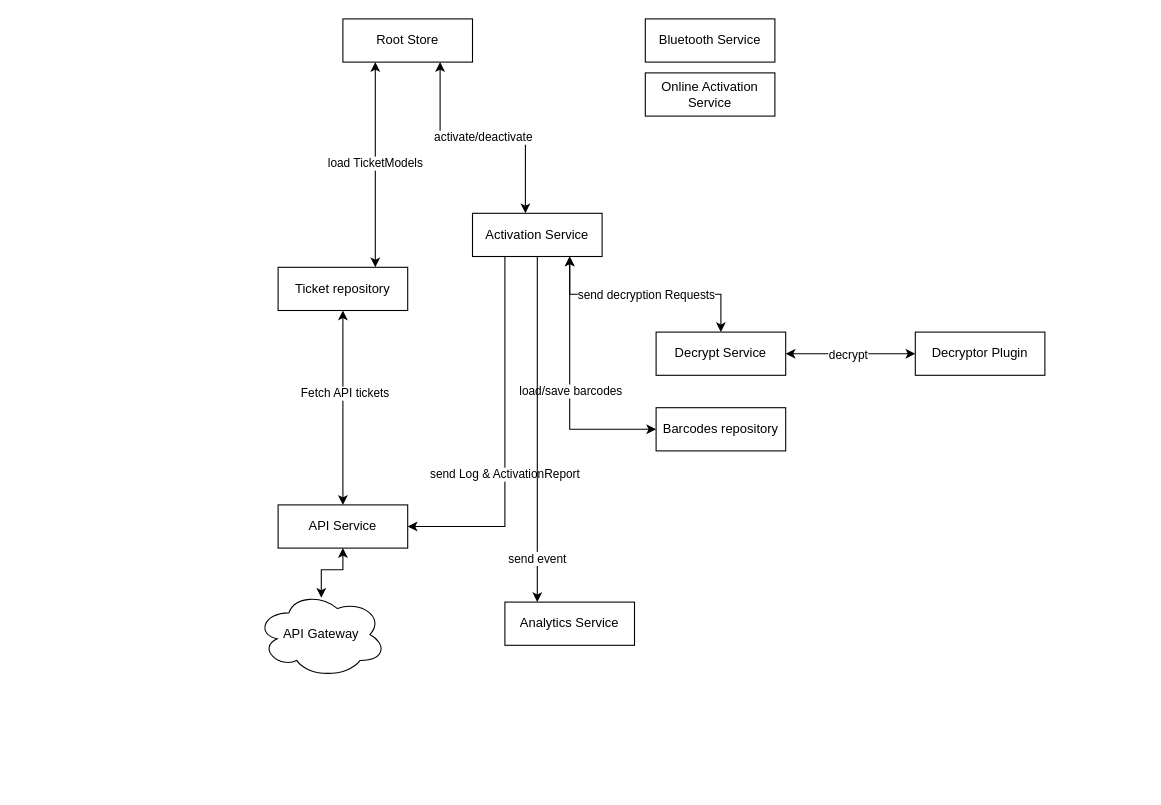
The draw.io diagram page "Page-2" (2 of 2) of newarchi.drawio in tixngo/diagram, before the edit. Source tidied: cells renumbered, new cells numbered last; positions are measured from the earlier drawing's top-left corner, leaving out a move shared by most shapes. Both pictures are drawn from the tidied source at 108%, with x=0, y=0 at pixel (256, 18).
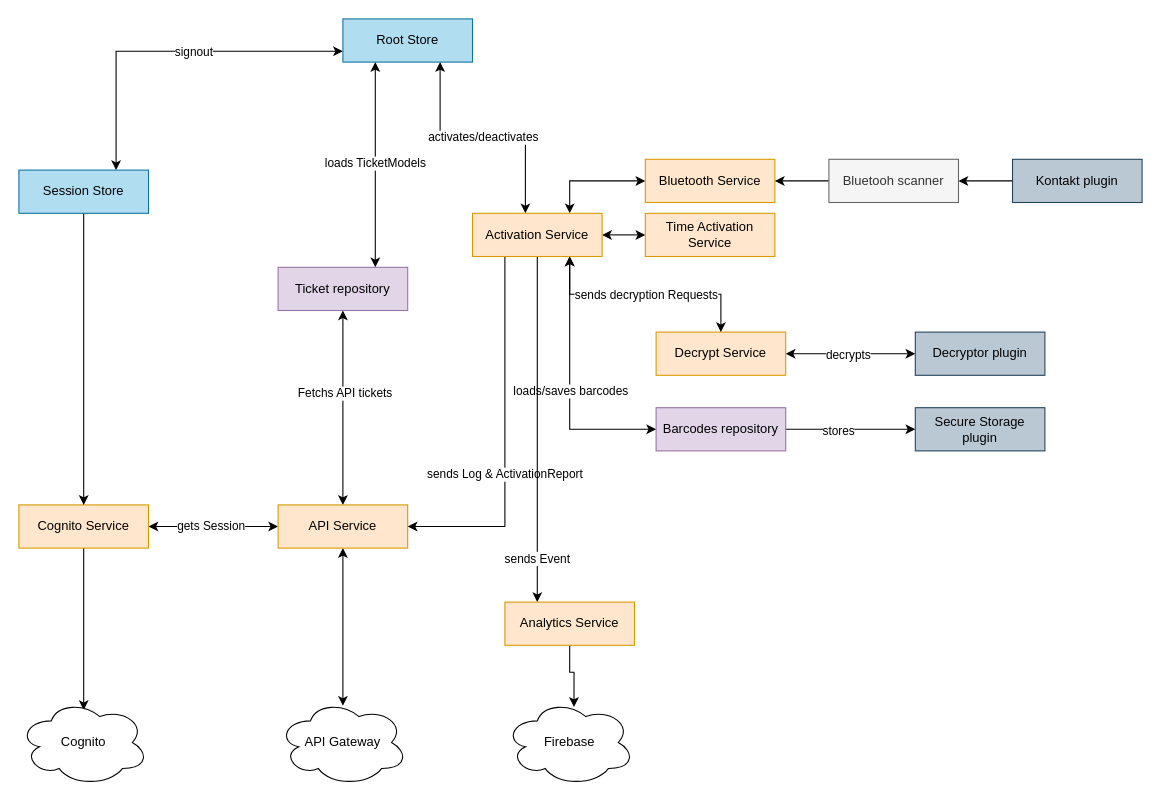
After the change.

Unchanged cells that the change refers to:
```xml
<mxCell id="3" style="edgeStyle=orthogonalEdgeStyle;rounded=0;jettySize=auto;html=1;exitX=0.25;exitY=1;exitDx=0;exitDy=0;entryX=0.75;entryY=0;entryDx=0;entryDy=0;startArrow=classic;startFill=1;" parent="1" edge="1" source="5" target="8">
  <mxGeometry relative="1" as="geometry" />
</mxCell>
<mxCell id="6" style="edgeStyle=orthogonalEdgeStyle;rounded=0;jettySize=auto;html=1;exitX=0.5;exitY=1;exitDx=0;exitDy=0;entryX=0.5;entryY=0;entryDx=0;entryDy=0;startArrow=classic;startFill=1;" parent="1" edge="1" source="8" target="10">
  <mxGeometry relative="1" as="geometry" />
</mxCell>
<mxCell id="13" style="edgeStyle=orthogonalEdgeStyle;rounded=0;jettySize=auto;html=1;exitX=1;exitY=0.5;exitDx=0;exitDy=0;entryX=0;entryY=0.5;entryDx=0;entryDy=0;startArrow=classic;startFill=1;" parent="1" edge="1" source="15" target="23">
  <mxGeometry relative="1" as="geometry" />
</mxCell>
<mxCell id="17" style="edgeStyle=orthogonalEdgeStyle;rounded=0;jettySize=auto;html=1;exitX=0.75;exitY=1;exitDx=0;exitDy=0;entryX=0.5;entryY=0;entryDx=0;entryDy=0;startArrow=classic;startFill=1;" parent="1" edge="1" source="22" target="15">
  <mxGeometry relative="1" as="geometry" />
</mxCell>
<mxCell id="19" style="edgeStyle=orthogonalEdgeStyle;rounded=0;jettySize=auto;html=1;exitX=0.75;exitY=1;exitDx=0;exitDy=0;entryX=0;entryY=0.5;entryDx=0;entryDy=0;startArrow=classic;startFill=1;" parent="1" edge="1" source="22" target="16">
  <mxGeometry relative="1" as="geometry" />
</mxCell>
```

Diff of the diagram source:
```diff
@@
-    <mxCell id="2" value="activate/deactivate" style="edgeStyle=orthogonalEdgeStyle;rounded=0;jettySize=auto;html=1;exitX=0.75;exitY=1;exitDx=0;exitDy=0;entryX=0.408;entryY=0;entryDx=0;entryDy=0;entryPerimeter=0;startArrow=classic;startFill=1;" parent="1" edge="1" source="5" target="22">
+    <mxCell id="2" value="activates/deactivates" style="edgeStyle=orthogonalEdgeStyle;rounded=0;jettySize=auto;html=1;exitX=0.75;exitY=1;exitDx=0;exitDy=0;entryX=0.408;entryY=0;entryDx=0;entryDy=0;entryPerimeter=0;startArrow=classic;startFill=1;" parent="1" edge="1" source="5" target="22">
       <mxGeometry relative="1" as="geometry" />
     </mxCell>
@@
-    <mxCell id="4" value="load TicketModels" style="edgeLabel;html=1;align=center;verticalAlign=middle;" parent="3" vertex="1">
+    <mxCell id="4" value="loads TicketModels" style="edgeLabel;html=1;align=center;verticalAlign=middle;" parent="3" vertex="1">
       <mxGeometry x="-0.02" y="-1" relative="1" as="geometry" />
     </mxCell>
+    <mxCell id="27" style="edgeStyle=orthogonalEdgeStyle;rounded=0;jettySize=auto;html=1;exitX=0;exitY=0.75;exitDx=0;exitDy=0;entryX=0.75;entryY=0;entryDx=0;entryDy=0;startArrow=classic;startFill=1;" parent="1" edge="1" source="5" target="46">
+      <mxGeometry relative="1" as="geometry" />
+    </mxCell>
+    <mxCell id="28" value="signout" style="edgeLabel;html=1;align=center;verticalAlign=middle;" parent="27" vertex="1">
+      <mxGeometry x="-0.13" relative="1" as="geometry" />
+    </mxCell>
-    <mxCell id="5" value="Root Store" style="rounded=0;whiteSpace=wrap;html=1;" parent="1" vertex="1">
+    <mxCell id="5" value="Root Store" style="rounded=0;whiteSpace=wrap;html=1;fillColor=#b1ddf0;strokeColor=#10739e;" parent="1" vertex="1">
       <mxGeometry x="80" width="120" height="40" as="geometry" />
     </mxCell>
@@
-    <mxCell id="7" value="Fetch API tickets" style="edgeLabel;html=1;align=center;verticalAlign=middle;" parent="6" vertex="1">
+    <mxCell id="7" value="Fetchs API tickets" style="edgeLabel;html=1;align=center;verticalAlign=middle;" parent="6" vertex="1">
       <mxGeometry x="-0.16" y="1" relative="1" as="geometry" />
     </mxCell>
-    <mxCell id="8" value="Ticket repository" style="rounded=0;whiteSpace=wrap;html=1;" parent="1" vertex="1">
+    <mxCell id="8" value="Ticket repository" style="rounded=0;whiteSpace=wrap;html=1;fillColor=#e1d5e7;strokeColor=#9673a6;" parent="1" vertex="1">
       <mxGeometry x="20" y="230" width="120" height="40" as="geometry" />
     </mxCell>
@@
+    <mxCell id="29" style="edgeStyle=orthogonalEdgeStyle;rounded=0;jettySize=auto;html=1;exitX=0;exitY=0.5;exitDx=0;exitDy=0;entryX=1;entryY=0.5;entryDx=0;entryDy=0;startArrow=classic;startFill=1;" parent="1" edge="1" source="10" target="43">
+      <mxGeometry relative="1" as="geometry" />
+    </mxCell>
+    <mxCell id="30" value="gets Session" style="edgeLabel;html=1;align=center;verticalAlign=middle;" parent="29" vertex="1">
+      <mxGeometry x="0.05" y="-1" relative="1" as="geometry" />
+    </mxCell>
-    <mxCell id="10" value="API Service" style="rounded=0;whiteSpace=wrap;html=1;" parent="1" vertex="1">
+    <mxCell id="10" value="API Service" style="rounded=0;whiteSpace=wrap;html=1;fillColor=#ffe6cc;strokeColor=#d79b00;" parent="1" vertex="1">
       <mxGeometry x="20" y="450" width="120" height="40" as="geometry" />
     </mxCell>
     <mxCell id="11" value="API Gateway" style="ellipse;shape=cloud;whiteSpace=wrap;html=1;" parent="1" vertex="1">
-      <mxGeometry y="530" width="120" height="80" as="geometry" />
+      <mxGeometry x="20" y="630" width="120" height="80" as="geometry" />
     </mxCell>
-    <mxCell id="12" value="send Log &amp;amp; ActivationReport" style="edgeStyle=orthogonalEdgeStyle;rounded=0;jettySize=auto;html=1;exitX=0.25;exitY=1;exitDx=0;exitDy=0;entryX=1;entryY=0.5;entryDx=0;entryDy=0;startArrow=none;startFill=0;" parent="1" edge="1" source="22" target="10">
+    <mxCell id="12" value="sends Log &amp;amp; ActivationReport" style="edgeStyle=orthogonalEdgeStyle;rounded=0;jettySize=auto;html=1;exitX=0.25;exitY=1;exitDx=0;exitDy=0;entryX=1;entryY=0.5;entryDx=0;entryDy=0;startArrow=none;startFill=0;" parent="1" edge="1" source="22" target="10">
       <mxGeometry x="0.19" relative="1" as="geometry">
         <Array as="points">
           <mxPoint x="230" y="470" />
         </Array>
       </mxGeometry>
     </mxCell>
@@
-    <mxCell id="14" value="decrypt" style="edgeLabel;html=1;align=center;verticalAlign=middle;" parent="13" vertex="1">
+    <mxCell id="14" value="decrypts" style="edgeLabel;html=1;align=center;verticalAlign=middle;" parent="13" vertex="1">
       <mxGeometry x="-0.05" relative="1" as="geometry" />
     </mxCell>
-    <mxCell id="15" value="Decrypt Service" style="rounded=0;whiteSpace=wrap;html=1;" parent="1" vertex="1">
+    <mxCell id="15" value="Decrypt Service" style="rounded=0;whiteSpace=wrap;html=1;fillColor=#ffe6cc;strokeColor=#d79b00;" parent="1" vertex="1">
       <mxGeometry x="370" y="290" width="120" height="40" as="geometry" />
     </mxCell>
+    <mxCell id="31" style="edgeStyle=orthogonalEdgeStyle;rounded=0;jettySize=auto;html=1;exitX=1;exitY=0.5;exitDx=0;exitDy=0;entryX=0;entryY=0.5;entryDx=0;entryDy=0;startArrow=none;startFill=0;" parent="1" edge="1" source="16" target="40">
+      <mxGeometry relative="1" as="geometry" />
+    </mxCell>
+    <mxCell id="32" value="stores" style="edgeLabel;html=1;align=center;verticalAlign=middle;" parent="31" vertex="1">
+      <mxGeometry x="-0.2" y="-1" relative="1" as="geometry" />
+    </mxCell>
-    <mxCell id="16" value="Barcodes repository" style="rounded=0;whiteSpace=wrap;html=1;" parent="1" vertex="1">
+    <mxCell id="16" value="Barcodes repository" style="rounded=0;whiteSpace=wrap;html=1;fillColor=#e1d5e7;strokeColor=#9673a6;" parent="1" vertex="1">
       <mxGeometry x="370" y="360" width="120" height="40" as="geometry" />
     </mxCell>
@@
-    <mxCell id="18" value="send decryption Requests" style="edgeLabel;html=1;align=center;verticalAlign=middle;" parent="17" vertex="1">
+    <mxCell id="18" value="sends decryption Requests" style="edgeLabel;html=1;align=center;verticalAlign=middle;" parent="17" vertex="1">
       <mxGeometry relative="1" as="geometry" />
     </mxCell>
@@
-    <mxCell id="20" value="load/save barcodes" style="edgeLabel;html=1;align=center;verticalAlign=middle;" parent="19" vertex="1">
+    <mxCell id="20" value="loads/saves barcodes" style="edgeLabel;html=1;align=center;verticalAlign=middle;" parent="19" vertex="1">
       <mxGeometry x="0.03" relative="1" as="geometry" />
     </mxCell>
-    <mxCell id="21" value="send event" style="edgeStyle=orthogonalEdgeStyle;rounded=0;jettySize=auto;html=1;exitX=0.5;exitY=1;exitDx=0;exitDy=0;entryX=0.25;entryY=0;entryDx=0;entryDy=0;startArrow=none;startFill=0;" parent="1" edge="1" source="22" target="24">
+    <mxCell id="21" value="sends Event" style="edgeStyle=orthogonalEdgeStyle;rounded=0;jettySize=auto;html=1;exitX=0.5;exitY=1;exitDx=0;exitDy=0;entryX=0.25;entryY=0;entryDx=0;entryDy=0;startArrow=none;startFill=0;" parent="1" edge="1" source="22" target="24">
       <mxGeometry x="0.75" relative="1" as="geometry" />
     </mxCell>
+    <mxCell id="33" style="edgeStyle=elbowEdgeStyle;rounded=0;jettySize=auto;html=1;exitX=0.75;exitY=0;exitDx=0;exitDy=0;entryX=0;entryY=0.5;entryDx=0;entryDy=0;startArrow=classic;startFill=1;" parent="1" edge="1" source="22" target="25">
+      <mxGeometry relative="1" as="geometry">
+        <Array as="points">
+          <mxPoint x="290" y="140" />
+        </Array>
+      </mxGeometry>
+    </mxCell>
+    <mxCell id="34" style="edgeStyle=orthogonalEdgeStyle;rounded=0;jettySize=auto;html=1;entryX=0;entryY=0.5;entryDx=0;entryDy=0;startArrow=classic;startFill=1;exitX=1;exitY=0.5;exitDx=0;exitDy=0;" parent="1" edge="1" source="22" target="26">
+      <mxGeometry relative="1" as="geometry" />
+    </mxCell>
-    <mxCell id="22" value="Activation Service" style="rounded=0;whiteSpace=wrap;html=1;" parent="1" vertex="1">
+    <mxCell id="22" value="Activation Service" style="rounded=0;whiteSpace=wrap;html=1;fillColor=#ffe6cc;strokeColor=#d79b00;" parent="1" vertex="1">
       <mxGeometry x="200" y="180" width="120" height="40" as="geometry" />
     </mxCell>
-    <mxCell id="23" value="Decryptor Plugin" style="rounded=0;whiteSpace=wrap;html=1;" parent="1" vertex="1">
+    <mxCell id="23" value="Decryptor plugin" style="rounded=0;whiteSpace=wrap;html=1;fillColor=#bac8d3;strokeColor=#23445d;" parent="1" vertex="1">
       <mxGeometry x="610" y="290" width="120" height="40" as="geometry" />
     </mxCell>
+    <mxCell id="35" style="edgeStyle=orthogonalEdgeStyle;rounded=0;jettySize=auto;html=1;exitX=0.5;exitY=1;exitDx=0;exitDy=0;entryX=0.533;entryY=0.088;entryDx=0;entryDy=0;entryPerimeter=0;startArrow=none;startFill=0;" parent="1" edge="1" source="24" target="41">
+      <mxGeometry relative="1" as="geometry" />
+    </mxCell>
-    <mxCell id="24" value="Analytics Service" style="rounded=0;whiteSpace=wrap;html=1;" parent="1" vertex="1">
+    <mxCell id="24" value="Analytics Service" style="rounded=0;whiteSpace=wrap;html=1;fillColor=#ffe6cc;strokeColor=#d79b00;" parent="1" vertex="1">
       <mxGeometry x="230" y="540" width="120" height="40" as="geometry" />
     </mxCell>
-    <mxCell id="25" value="Bluetooth Service" style="rounded=0;whiteSpace=wrap;html=1;" parent="1" vertex="1">
-      <mxGeometry x="360" width="120" height="40" as="geometry" />
+    <mxCell id="25" value="Bluetooth Service" style="rounded=0;whiteSpace=wrap;html=1;fillColor=#ffe6cc;strokeColor=#d79b00;" parent="1" vertex="1">
+      <mxGeometry x="360" y="130" width="120" height="40" as="geometry" />
     </mxCell>
-    <mxCell id="26" value="Online Activation Service" style="rounded=0;whiteSpace=wrap;html=1;" parent="1" vertex="1">
-      <mxGeometry x="360" y="50" width="120" height="40" as="geometry" />
+    <mxCell id="26" value="Time Activation Service" style="rounded=0;whiteSpace=wrap;html=1;fillColor=#ffe6cc;strokeColor=#d79b00;" parent="1" vertex="1">
+      <mxGeometry x="360" y="180" width="120" height="40" as="geometry" />
     </mxCell>
+    <mxCell id="36" style="edgeStyle=orthogonalEdgeStyle;rounded=0;jettySize=auto;html=1;exitX=0;exitY=0.5;exitDx=0;exitDy=0;entryX=1;entryY=0.5;entryDx=0;entryDy=0;startArrow=none;startFill=0;" parent="1" edge="1" source="37" target="25">
+      <mxGeometry relative="1" as="geometry" />
+    </mxCell>
+    <mxCell id="37" value="Bluetooh scanner" style="rounded=0;whiteSpace=wrap;html=1;fillColor=#f5f5f5;strokeColor=#666666;fontColor=#333333;" parent="1" vertex="1">
+      <mxGeometry x="530" y="130" width="120" height="40" as="geometry" />
+    </mxCell>
+    <mxCell id="38" style="edgeStyle=orthogonalEdgeStyle;rounded=0;jettySize=auto;html=1;exitX=0;exitY=0.5;exitDx=0;exitDy=0;entryX=1;entryY=0.5;entryDx=0;entryDy=0;startArrow=none;startFill=0;" parent="1" edge="1" source="39" target="37">
+      <mxGeometry relative="1" as="geometry" />
+    </mxCell>
+    <mxCell id="39" value="Kontakt plugin" style="rounded=0;whiteSpace=wrap;html=1;fillColor=#bac8d3;strokeColor=#23445d;" parent="1" vertex="1">
+      <mxGeometry x="700" y="130" width="120" height="40" as="geometry" />
+    </mxCell>
+    <mxCell id="40" value="Secure Storage plugin" style="rounded=0;whiteSpace=wrap;html=1;fillColor=#bac8d3;strokeColor=#23445d;" parent="1" vertex="1">
+      <mxGeometry x="610" y="360" width="120" height="40" as="geometry" />
+    </mxCell>
+    <mxCell id="41" value="Firebase" style="ellipse;shape=cloud;whiteSpace=wrap;html=1;" parent="1" vertex="1">
+      <mxGeometry x="230" y="630" width="120" height="80" as="geometry" />
+    </mxCell>
+    <mxCell id="42" style="edgeStyle=orthogonalEdgeStyle;rounded=0;jettySize=auto;html=1;exitX=0.5;exitY=1;exitDx=0;exitDy=0;entryX=0.5;entryY=0.125;entryDx=0;entryDy=0;entryPerimeter=0;startArrow=none;startFill=0;" parent="1" edge="1" source="43" target="44">
+      <mxGeometry relative="1" as="geometry" />
+    </mxCell>
+    <mxCell id="43" value="Cognito Service" style="rounded=0;whiteSpace=wrap;html=1;fillColor=#ffe6cc;strokeColor=#d79b00;" parent="1" vertex="1">
+      <mxGeometry x="-220" y="450" width="120" height="40" as="geometry" />
+    </mxCell>
+    <mxCell id="44" value="Cognito" style="ellipse;shape=cloud;whiteSpace=wrap;html=1;" parent="1" vertex="1">
+      <mxGeometry x="-220" y="630" width="120" height="80" as="geometry" />
+    </mxCell>
+    <mxCell id="45" style="edgeStyle=orthogonalEdgeStyle;rounded=0;jettySize=auto;html=1;exitX=0.5;exitY=1;exitDx=0;exitDy=0;startArrow=none;startFill=0;" parent="1" edge="1" source="46" target="43">
+      <mxGeometry relative="1" as="geometry" />
+    </mxCell>
+    <mxCell id="46" value="Session Store" style="rounded=0;whiteSpace=wrap;html=1;fillColor=#b1ddf0;strokeColor=#10739e;" parent="1" vertex="1">
+      <mxGeometry x="-220" y="140" width="120" height="40" as="geometry" />
+    </mxCell>
```
